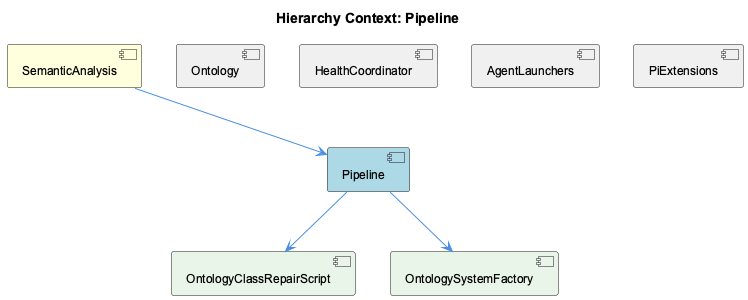
Above: knowledge-management/insights/images/pipeline-relationship.png in fwornle/coding (PlantUML), before the change.
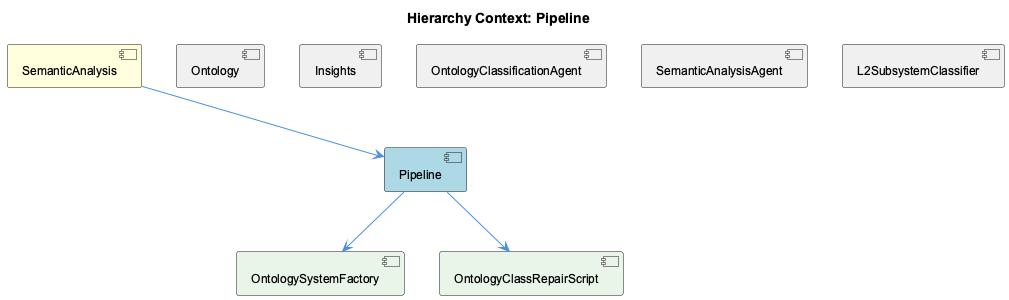
After the change.

What changed in the source:
```diff
@@ -6,18 +6,20 @@
 [SemanticAnalysis] as semantic_analysis #FFFFDD
 [Pipeline] as pipeline #LightBlue
 [Ontology] as ontology #F0F0F0
-[HealthCoordinator] as health_coordinator #F0F0F0
-[AgentLaunchers] as agent_launchers #F0F0F0
-[PiExtensions] as pi_extensions #F0F0F0
+[Insights] as insights #F0F0F0
+[OntologyClassificationAgent] as ontology_classification_agent #F0F0F0
+[SemanticAnalysisAgent] as semantic_analysis_agent #F0F0F0
+[L2SubsystemClassifier] as l2_subsystem_classifier #F0F0F0
+[OntologySystemFactory] as ontology_system_factory #E8F5E8
 [OntologyClassRepairScript] as ontology_class_repair_script #E8F5E8
-[OntologySystemFactory] as ontology_system_factory #E8F5E8
 
 semantic_analysis --> pipeline
 ontology -[hidden]- pipeline
-health_coordinator -[hidden]- pipeline
-agent_launchers -[hidden]- pipeline
-pi_extensions -[hidden]- pipeline
+insights -[hidden]- pipeline
+ontology_classification_agent -[hidden]- pipeline
+semantic_analysis_agent -[hidden]- pipeline
+l2_subsystem_classifier -[hidden]- pipeline
+pipeline --> ontology_system_factory
 pipeline --> ontology_class_repair_script
-pipeline --> ontology_system_factory
 
 @enduml
```
